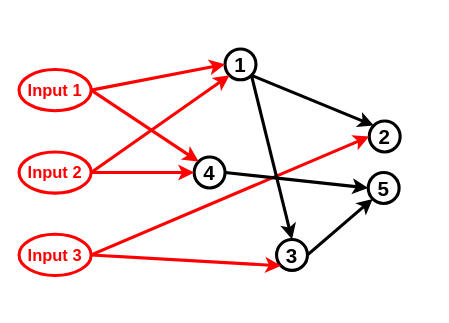
The draw.io diagram Untitled Diagram.drawio in sara1024/-CCF201412-2-Z-, before the edit. Source tidied: cells renumbered, new cells numbered last; positions are measured from the earlier drawing's top-left corner, leaving out a move shared by most shapes. Both pictures are drawn from the tidied source at 103%, with x=0, y=0 at pixel (19, 48).
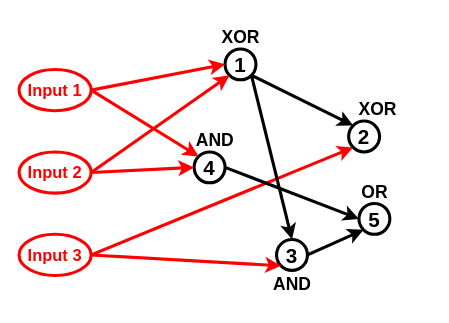
The same diagram, later.

Unchanged cells that the change refers to:
```xml
<mxCell id="4" value="Input 3" style="ellipse;whiteSpace=wrap;html=1;strokeColor=#FF0000;strokeWidth=3;fillColor=none;fontSize=16;fontColor=#FF0000;fontStyle=1;" parent="1" vertex="1">
  <mxGeometry y="180" width="70" height="40" as="geometry" />
</mxCell>
```

What changed in the source:
```diff
@@
     <mxCell id="8" value="4" style="ellipse;whiteSpace=wrap;html=1;strokeColor=#000000;strokeWidth=3;fillColor=none;fontSize=20;fontStyle=1;" parent="1" vertex="1">
-      <mxGeometry x="170" y="105" width="30" height="30" as="geometry" />
+      <mxGeometry x="170" y="100" width="30" height="30" as="geometry" />
     </mxCell>
@@
     <mxCell id="13" value="2" style="ellipse;whiteSpace=wrap;html=1;strokeColor=#000000;strokeWidth=3;fillColor=none;fontSize=20;fontColor=#000000;fontStyle=1;" parent="1" vertex="1">
-      <mxGeometry x="340" y="70" width="30" height="30" as="geometry" />
+      <mxGeometry x="320" y="70" width="30" height="30" as="geometry" />
     </mxCell>
-    <mxCell id="14" style="endArrow=classic;html=1;strokeColor=#FF0000;strokeWidth=3;fontSize=20;fontColor=#000000;entryX=0;entryY=0.5;entryDx=0;entryDy=0;exitX=1;exitY=0.5;exitDx=0;exitDy=0;" parent="1" edge="1" source="4" target="13">
+    <mxCell id="14" style="endArrow=classic;html=1;strokeColor=#FF0000;strokeWidth=3;fontSize=20;fontColor=#000000;entryX=0;entryY=1;entryDx=0;entryDy=0;exitX=1;exitY=0.5;exitDx=0;exitDy=0;" parent="1" edge="1" source="4" target="13">
       <mxGeometry relative="1" as="geometry" />
     </mxCell>
@@
     <mxCell id="17" value="5" style="ellipse;whiteSpace=wrap;html=1;strokeColor=#000000;strokeWidth=3;fillColor=none;fontSize=20;fontColor=#000000;fontStyle=1;" parent="1" vertex="1">
-      <mxGeometry x="339" y="120" width="30" height="30" as="geometry" />
+      <mxGeometry x="330" y="150" width="30" height="30" as="geometry" />
     </mxCell>
@@
+    <mxCell id="20" value="XOR" style="text;strokeColor=none;fillColor=none;html=1;fontSize=17;fontStyle=1;verticalAlign=middle;align=center;" parent="1" vertex="1">
+      <mxGeometry x="165" y="-30" width="100" height="40" as="geometry" />
+    </mxCell>
+    <mxCell id="21" value="XOR" style="text;strokeColor=none;fillColor=none;html=1;fontSize=17;fontStyle=1;verticalAlign=middle;align=center;" parent="1" vertex="1">
+      <mxGeometry x="295" y="40" width="105" height="40" as="geometry" />
+    </mxCell>
+    <mxCell id="22" value="OR" style="text;strokeColor=none;fillColor=none;html=1;fontSize=17;fontStyle=1;verticalAlign=middle;align=center;" parent="1" vertex="1">
+      <mxGeometry x="295" y="120" width="100" height="40" as="geometry" />
+    </mxCell>
+    <mxCell id="23" value="AND" style="text;strokeColor=none;fillColor=none;html=1;fontSize=17;fontStyle=1;verticalAlign=middle;align=center;" parent="1" vertex="1">
+      <mxGeometry x="215" y="210" width="100" height="40" as="geometry" />
+    </mxCell>
+    <mxCell id="24" value="AND" style="text;strokeColor=none;fillColor=none;html=1;fontSize=17;fontStyle=1;verticalAlign=middle;align=center;" parent="1" vertex="1">
+      <mxGeometry x="140" y="70" width="100" height="40" as="geometry" />
+    </mxCell>
```
